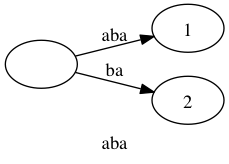
Earlier version of the Graphviz export static/images/suffix_tree/aba.png (zhangliyong/zhangliyong.github.io). Its source is kept beside it as static/images/suffix_tree/aba.dot.
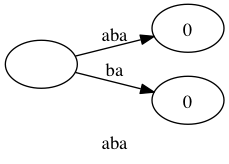
The same diagram one commit later.

Change to the diagram source:
```diff
@@ -2,8 +2,8 @@
     rankdir=LR;
     label="aba";
     0 [label=""];
-    1 [lbael="0"];
-    2 [lbael="0"];
+    1 [label="0"];
+    2 [label="0"];
     0 -> 1[label="aba"];
     0 -> 2[label="ba"];
 }
```
